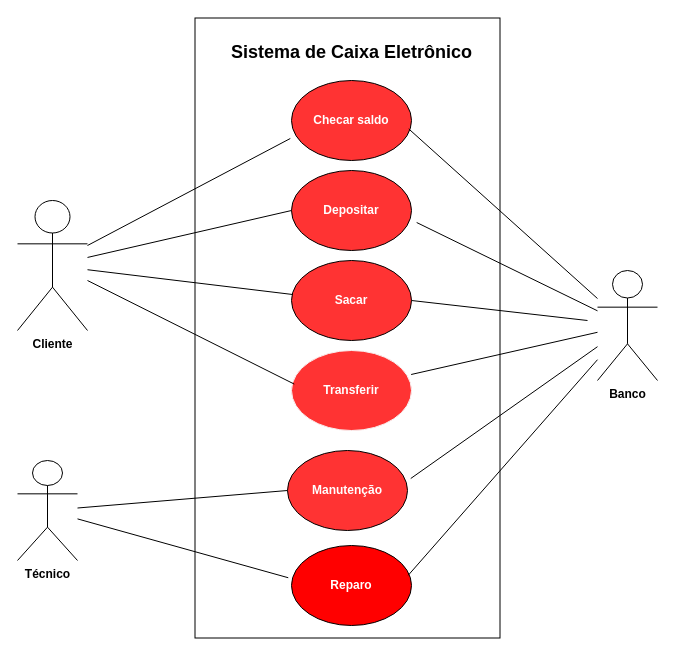
This is page "Sistema de Caixa Eletrônico" (2 of 5) of Diagrama sem nome.drawio from lucassead/diagramasderequisitos, a draw.io file, before an edit. Source tidied: cells renumbered, new cells numbered last; positions are measured from the earlier drawing's top-left corner, leaving out a move shared by most shapes. Both pictures are drawn from the tidied source at 100%, with x=0, y=0 at pixel (17, 30).
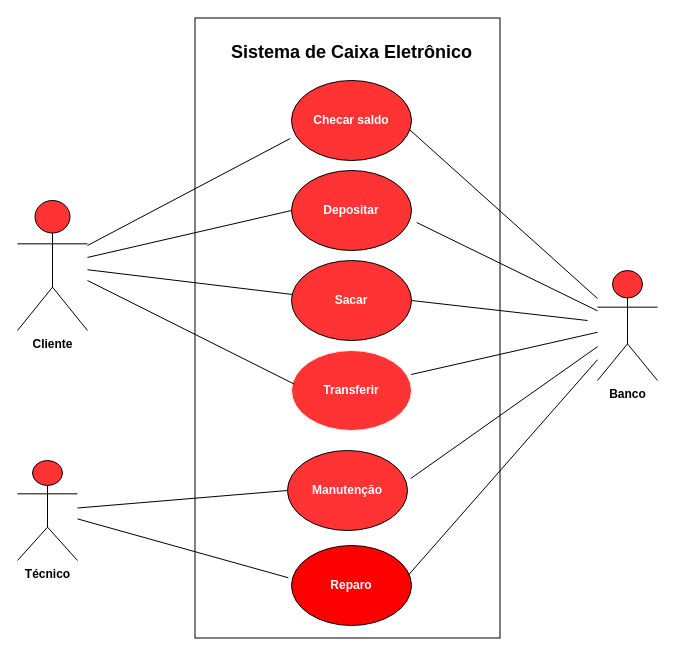
Above is the later version.

Diff of the diagram source:
```diff
@@
-    <mxCell id="2" value="&lt;b&gt;Cliente&lt;/b&gt;" style="shape=umlActor;verticalLabelPosition=bottom;verticalAlign=top;html=1;outlineConnect=0;" parent="1" vertex="1">
+    <mxCell id="2" value="&lt;b&gt;Cliente&lt;/b&gt;" style="shape=umlActor;verticalLabelPosition=bottom;verticalAlign=top;html=1;outlineConnect=0;fillColor=light-dark(#ff3333, #ededed);" parent="1" vertex="1">
       <mxGeometry y="170" width="70" height="130" as="geometry" />
     </mxCell>
@@
-    <mxCell id="13" value="&lt;b&gt;Banco&lt;/b&gt;" style="shape=umlActor;verticalLabelPosition=bottom;verticalAlign=top;html=1;outlineConnect=0;" parent="1" vertex="1">
+    <mxCell id="13" value="&lt;b&gt;Banco&lt;/b&gt;" style="shape=umlActor;verticalLabelPosition=bottom;verticalAlign=top;html=1;outlineConnect=0;fillColor=light-dark(#ff3333, #ededed);" parent="1" vertex="1">
       <mxGeometry x="580" y="240" width="60" height="110" as="geometry" />
     </mxCell>
@@
-    <mxCell id="22" value="&lt;b&gt;Técnico&lt;/b&gt;&lt;div&gt;&lt;br&gt;&lt;/div&gt;" style="shape=umlActor;verticalLabelPosition=bottom;verticalAlign=top;html=1;outlineConnect=0;" parent="1" vertex="1">
+    <mxCell id="22" value="&lt;b&gt;Técnico&lt;/b&gt;&lt;div&gt;&lt;br&gt;&lt;/div&gt;" style="shape=umlActor;verticalLabelPosition=bottom;verticalAlign=top;html=1;outlineConnect=0;fillColor=light-dark(#ff3333, #ededed);" parent="1" vertex="1">
       <mxGeometry y="430" width="60" height="100" as="geometry" />
     </mxCell>
```
